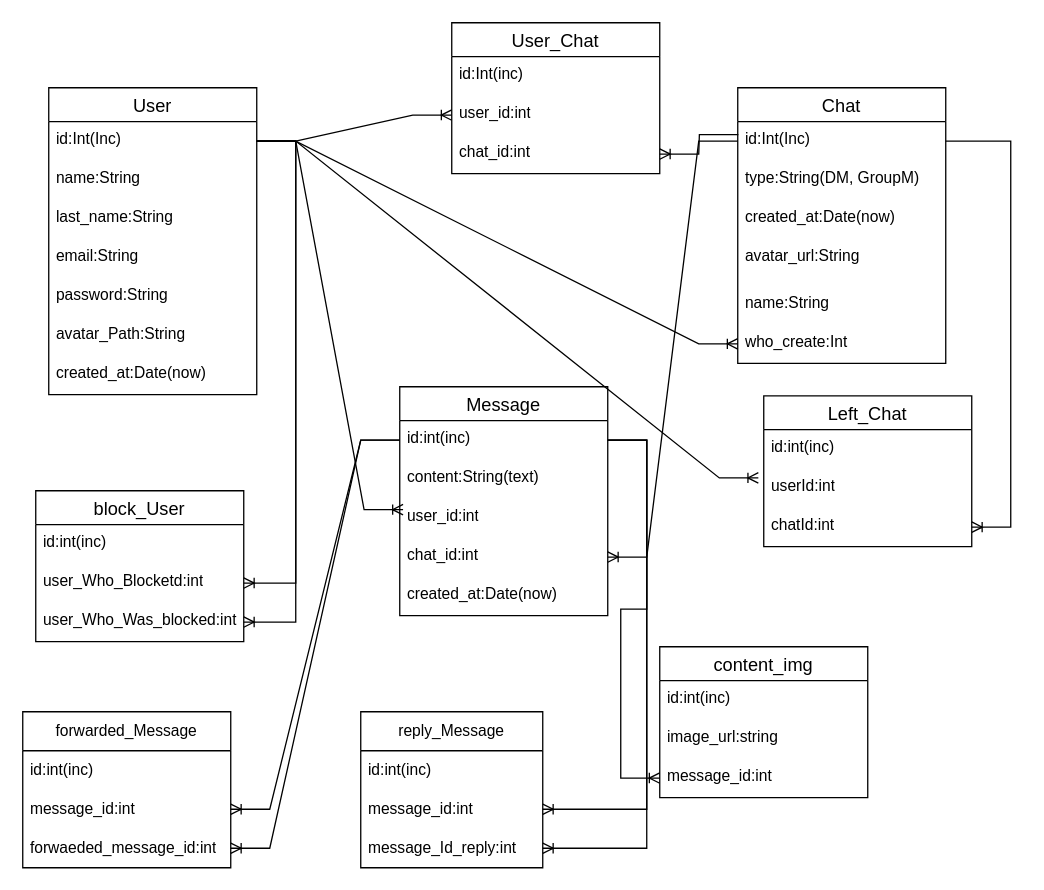
Above: Диаграмма без названия.drawio in lam1to/TestChat (draw.io), before the change. Source tidied: cells renumbered, new cells numbered last; positions are measured from the earlier drawing's top-left corner, leaving out a move shared by most shapes. Both pictures are drawn from the tidied source at 130%, with x=0, y=0 at pixel (-160, 22).
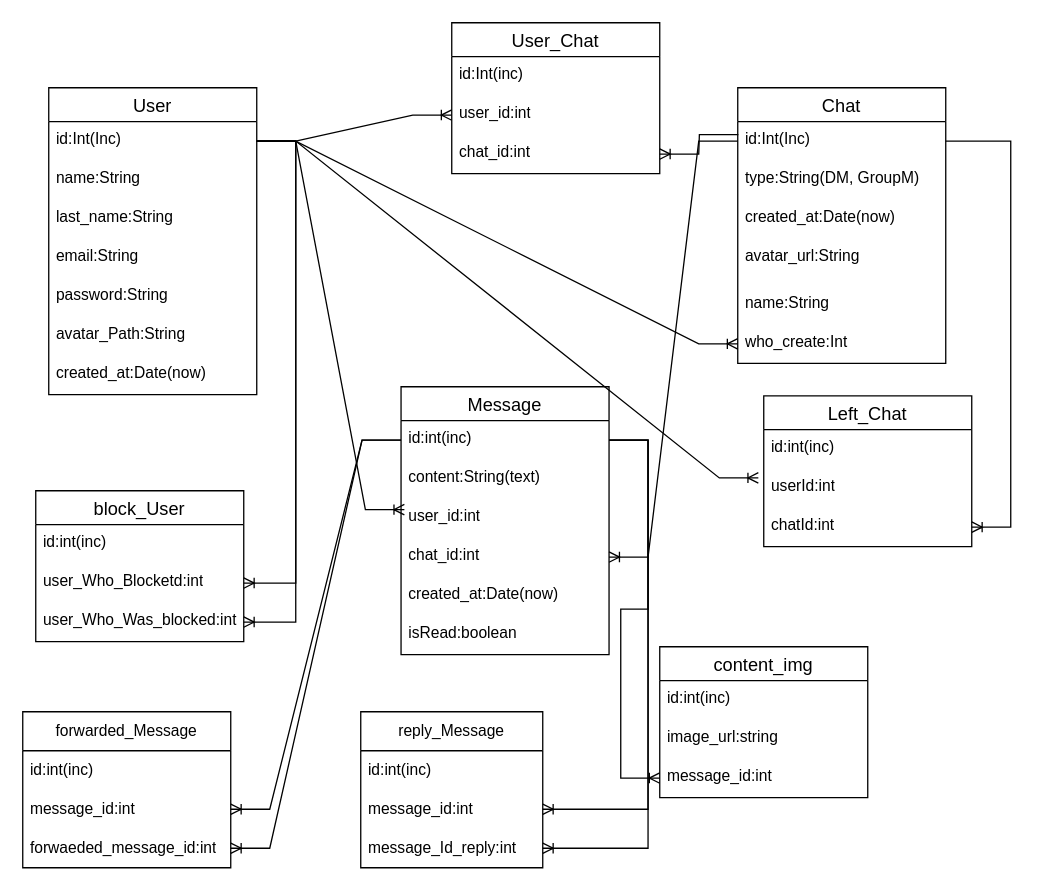
The same page after the edit.

Change to the diagram source:
```diff
@@
     <mxCell id="23" value="Message" style="swimlane;fontStyle=0;horizontal=1;startSize=26;align=center;fontSize=14;" parent="1" vertex="1">
-      <mxGeometry x="430" y="280" width="160" height="176" as="geometry" />
+      <mxGeometry x="431" y="280" width="160" height="206" as="geometry" />
     </mxCell>
@@
+    <mxCell id="61" value="created_at:Date(now)" style="text;strokeColor=none;fillColor=none;spacingLeft=4;spacingRight=4;overflow=hidden;fontSize=12;whiteSpace=wrap;html=1;" parent="23" vertex="1">
+      <mxGeometry y="146" width="160" height="30" as="geometry" />
+    </mxCell>
-    <mxCell id="28" value="created_at:Date(now)" style="text;strokeColor=none;fillColor=none;spacingLeft=4;spacingRight=4;overflow=hidden;fontSize=12;whiteSpace=wrap;html=1;" parent="23" vertex="1">
-      <mxGeometry y="146" width="160" height="30" as="geometry" />
+    <mxCell id="28" value="isRead:boolean" style="text;strokeColor=none;fillColor=none;spacingLeft=4;spacingRight=4;overflow=hidden;fontSize=12;whiteSpace=wrap;html=1;" parent="23" vertex="1">
+      <mxGeometry y="176" width="160" height="30" as="geometry" />
     </mxCell>
```
